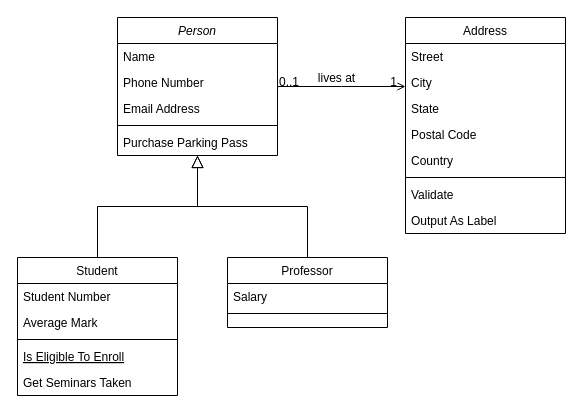
0zzy0sbourne/DS-Algorithms keeps this draw.io diagram as Untitled Diagram.drawio. Above is the earlier version. Source tidied: cells renumbered, new cells numbered last; positions are measured from the earlier drawing's top-left corner, leaving out a move shared by most shapes. Both pictures are drawn from the tidied source at 100%, with x=0, y=0 at pixel (17, 17).
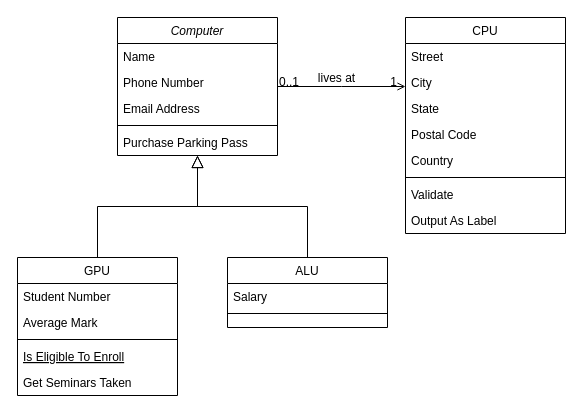
Above is the later version.

Commit message:
class names are added

What changed in the source:
```diff
@@
-    <mxCell id="2" value="Person" style="swimlane;fontStyle=2;align=center;verticalAlign=top;horizontal=1;startSize=26;rounded=0;shadow=0;strokeWidth=1;" parent="1" vertex="1">
+    <mxCell id="2" value="Computer" style="swimlane;fontStyle=2;align=center;verticalAlign=top;horizontal=1;startSize=26;rounded=0;shadow=0;strokeWidth=1;" parent="1" vertex="1">
       <mxGeometry x="100" width="160" height="138" as="geometry" />
     </mxCell>
@@
-    <mxCell id="8" value="Student" style="swimlane;fontStyle=0;align=center;verticalAlign=top;horizontal=1;startSize=26;rounded=0;shadow=0;strokeWidth=1;" parent="1" vertex="1">
+    <mxCell id="8" value="GPU" style="swimlane;fontStyle=0;align=center;verticalAlign=top;horizontal=1;startSize=26;rounded=0;shadow=0;strokeWidth=1;" parent="1" vertex="1">
       <mxGeometry y="240" width="160" height="138" as="geometry" />
     </mxCell>
@@
-    <mxCell id="15" value="Professor" style="swimlane;fontStyle=0;align=center;verticalAlign=top;horizontal=1;startSize=26;rounded=0;shadow=0;strokeWidth=1;" parent="1" vertex="1">
+    <mxCell id="15" value="ALU" style="swimlane;fontStyle=0;align=center;verticalAlign=top;horizontal=1;startSize=26;rounded=0;shadow=0;strokeWidth=1;" parent="1" vertex="1">
       <mxGeometry x="210" y="240" width="160" height="70" as="geometry" />
     </mxCell>
@@
-    <mxCell id="19" value="Address" style="swimlane;fontStyle=0;align=center;verticalAlign=top;horizontal=1;startSize=26;rounded=0;shadow=0;strokeWidth=1;" parent="1" vertex="1">
+    <mxCell id="19" value="CPU" style="swimlane;fontStyle=0;align=center;verticalAlign=top;horizontal=1;startSize=26;rounded=0;shadow=0;strokeWidth=1;" parent="1" vertex="1">
       <mxGeometry x="388" width="160" height="216" as="geometry" />
     </mxCell>
```
